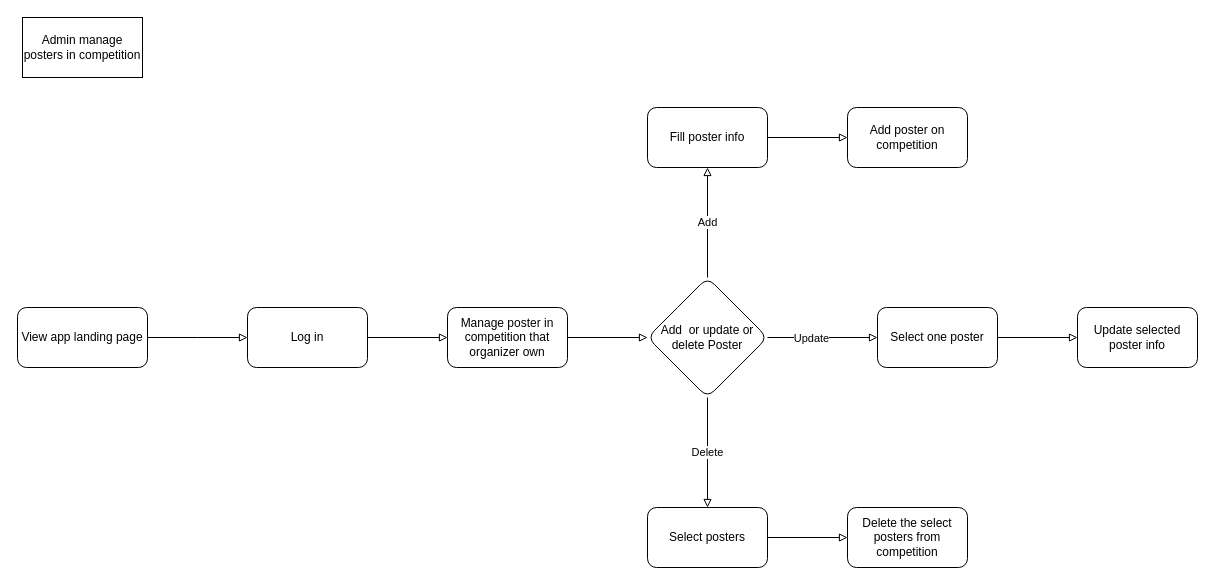
Above: page "Organizer poster in compet" (9 of 11) of Task flow.drawio in supagon/test (draw.io), before the change. Source tidied: cells renumbered, new cells numbered last; positions are measured from the earlier drawing's top-left corner, leaving out a move shared by most shapes. Both pictures are drawn from the tidied source at 100%, with x=0, y=0 at pixel (17, 17).
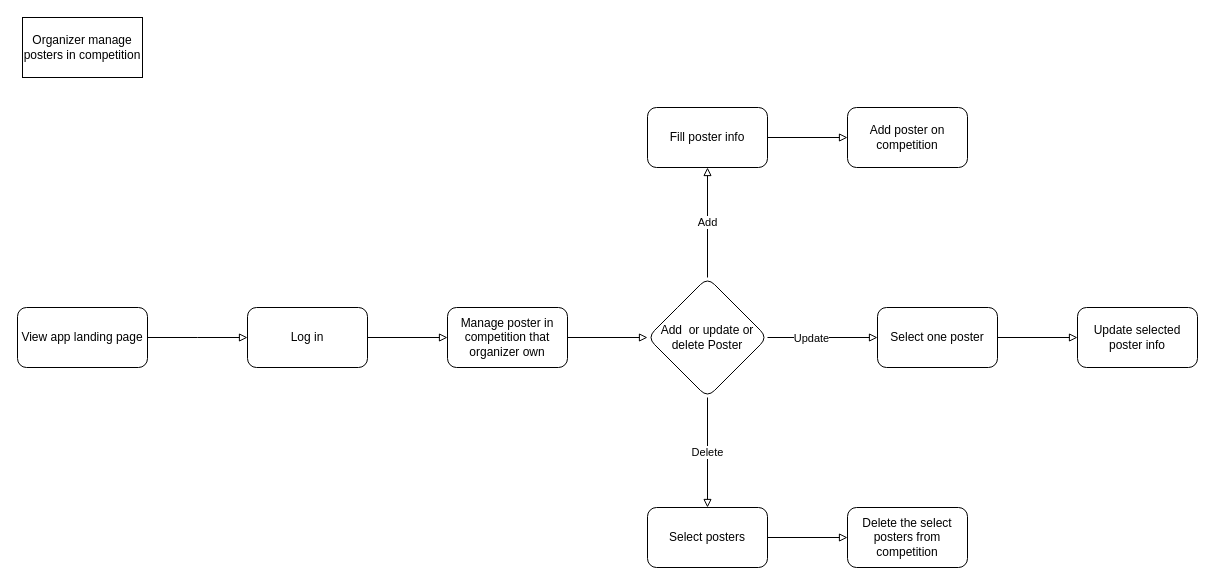
Above is the later version.

What changed in the source:
```diff
@@
-    <mxCell id="22" value="Admin manage posters in competition" style="rounded=0;whiteSpace=wrap;html=1;" parent="1" vertex="1">
+    <mxCell id="22" value="Organizer manage posters in competition" style="rounded=0;whiteSpace=wrap;html=1;" parent="1" vertex="1">
       <mxGeometry x="5" width="120" height="60" as="geometry" />
     </mxCell>
```
